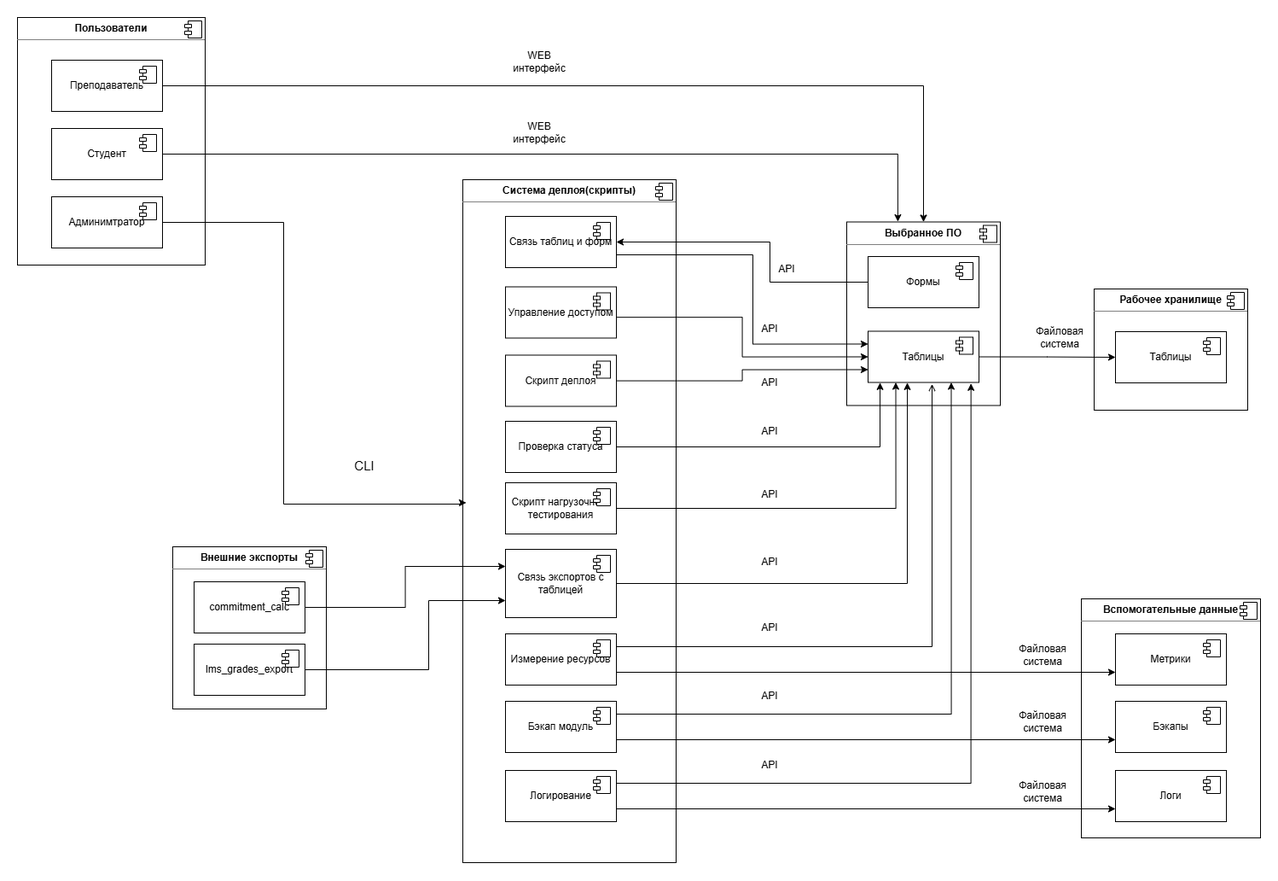
Earlier version of the draw.io export docs/component_diagram.png (moevm/mse1h2026-table). Source tidied: cells renumbered, new cells last; positions are measured from the earlier drawing's top-left corner, leaving out a move shared by most shapes.
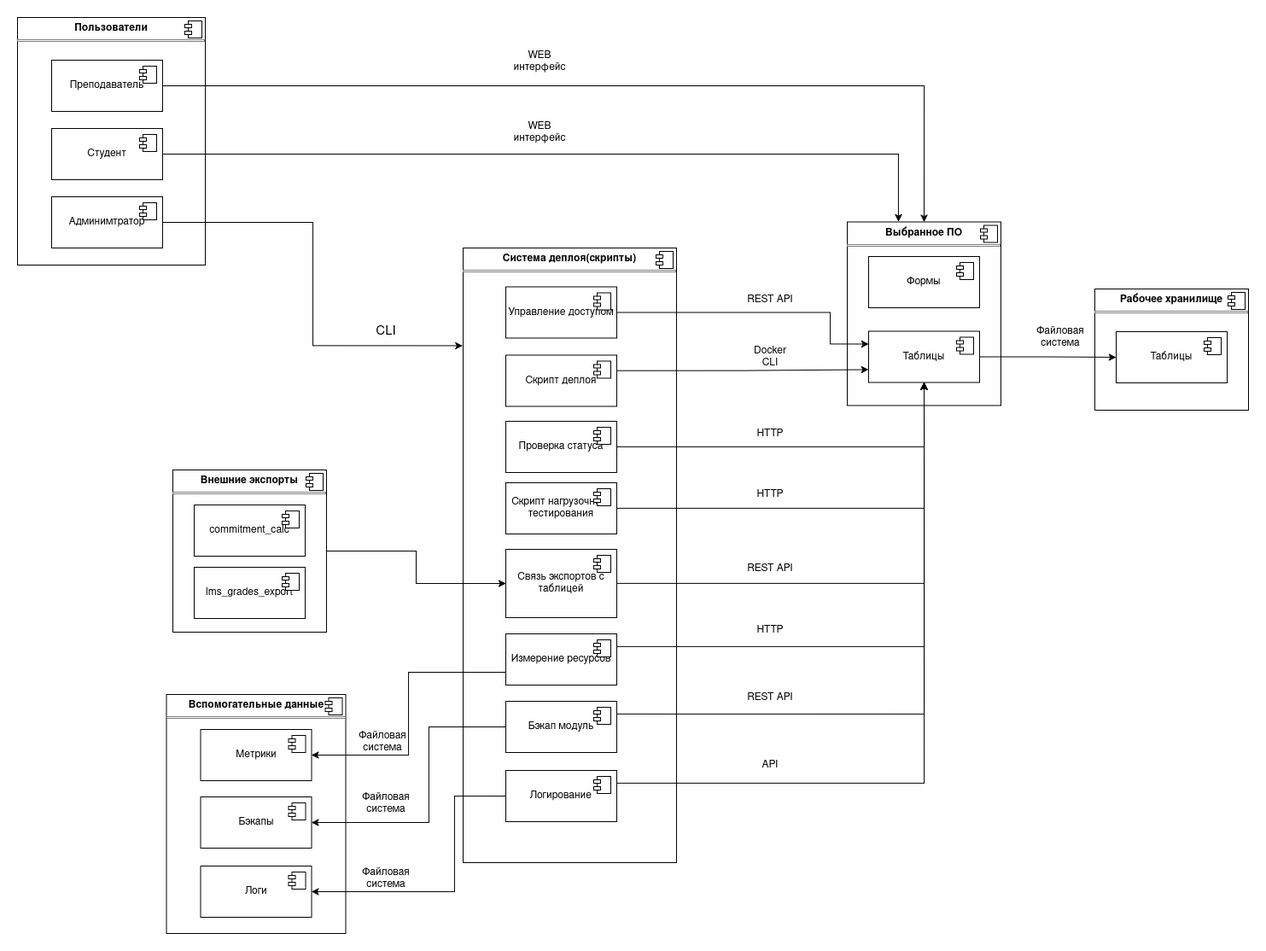
Above is the later version.

Commit message:
fix: changed relations label, removed one script

Change to the diagram source:
```diff
@@ -5,3 +5,3 @@
     <mxCell id="2" value="&lt;p style=&quot;margin:0px;margin-top:6px;text-align:center;&quot;&gt;&lt;b&gt;Вспомогательные данные&lt;/b&gt;&lt;/p&gt;&lt;hr size=&quot;1&quot; style=&quot;border-style:solid;&quot;&gt;&lt;p style=&quot;margin:0px;margin-left:8px;&quot;&gt;&lt;br&gt;&lt;/p&gt;" style="align=left;overflow=fill;html=1;whiteSpace=wrap;" parent="1" vertex="1">
-      <mxGeometry x="1247" y="681" width="210" height="280" as="geometry" />
+      <mxGeometry x="174.5" y="793" width="210" height="280" as="geometry" />
     </mxCell>
@@ -37,3 +37,3 @@
     <mxCell id="10" value="&lt;p style=&quot;margin:0px;margin-top:6px;text-align:center;&quot;&gt;&lt;b&gt;Система деплоя(скрипты)&lt;/b&gt;&lt;/p&gt;&lt;hr size=&quot;1&quot; style=&quot;border-style:solid;&quot;&gt;&lt;p style=&quot;margin:0px;margin-left:8px;&quot;&gt;&lt;br&gt;&lt;/p&gt;" style="align=left;overflow=fill;html=1;whiteSpace=wrap;" parent="1" vertex="1">
-      <mxGeometry x="522" y="190" width="250" height="800" as="geometry" />
+      <mxGeometry x="522" y="270" width="250" height="720" as="geometry" />
     </mxCell>
@@ -47,4 +47,7 @@
     </mxCell>
+    <mxCell id="90" style="edgeStyle=orthogonalEdgeStyle;rounded=0;jettySize=auto;html=1;entryX=0;entryY=0.5;entryDx=0;entryDy=0;" parent="1" edge="1" source="13" target="44">
+      <mxGeometry relative="1" as="geometry" />
+    </mxCell>
     <mxCell id="13" value="&lt;p style=&quot;margin:0px;margin-top:6px;text-align:center;&quot;&gt;&lt;b&gt;Внешние экспорты&lt;/b&gt;&lt;/p&gt;&lt;hr size=&quot;1&quot; style=&quot;border-style:solid;&quot;&gt;&lt;p style=&quot;margin:0px;margin-left:8px;&quot;&gt;&lt;br&gt;&lt;/p&gt;" style="align=left;overflow=fill;html=1;whiteSpace=wrap;" parent="1" vertex="1">
-      <mxGeometry x="182" y="620" width="180" height="190" as="geometry" />
+      <mxGeometry x="182" y="530" width="180" height="190" as="geometry" />
     </mxCell>
@@ -74,12 +77,2 @@
     </mxCell>
-    <mxCell id="20" style="edgeStyle=orthogonalEdgeStyle;rounded=0;jettySize=auto;html=1;exitX=1;exitY=0.5;exitDx=0;exitDy=0;entryX=0.016;entryY=0.473;entryDx=0;entryDy=0;entryPerimeter=0;" parent="1" edge="1" source="21" target="10">
-      <mxGeometry relative="1" as="geometry">
-        <Array as="points">
-          <mxPoint x="312" y="240" />
-          <mxPoint x="312" y="570" />
-          <mxPoint x="522" y="570" />
-          <mxPoint x="522" y="568" />
-        </Array>
-      </mxGeometry>
-    </mxCell>
     <mxCell id="21" value="Админимтратор" style="html=1;whiteSpace=wrap;" parent="1" vertex="1">
@@ -92,5 +85,13 @@
     </mxCell>
-    <mxCell id="23" style="edgeStyle=orthogonalEdgeStyle;rounded=0;jettySize=auto;html=1;exitX=1;exitY=0.75;exitDx=0;exitDy=0;entryX=0;entryY=0.75;entryDx=0;entryDy=0;" parent="1" edge="1" source="24" target="42">
-      <mxGeometry relative="1" as="geometry" />
+    <mxCell id="23" style="edgeStyle=orthogonalEdgeStyle;rounded=0;jettySize=auto;html=1;exitX=0;exitY=0.5;exitDx=0;exitDy=0;entryX=1;entryY=0.5;entryDx=0;entryDy=0;" parent="1" edge="1" source="24" target="42">
+      <mxGeometry relative="1" as="geometry">
+        <Array as="points">
+          <mxPoint x="482" y="831" />
+          <mxPoint x="482" y="943" />
+        </Array>
+      </mxGeometry>
     </mxCell>
+    <mxCell id="79" style="edgeStyle=orthogonalEdgeStyle;rounded=0;jettySize=auto;html=1;entryX=0.5;entryY=1;entryDx=0;entryDy=0;exitX=1;exitY=0.25;exitDx=0;exitDy=0;" parent="1" edge="1" source="24" target="67">
+      <mxGeometry relative="1" as="geometry" />
+    </mxCell>
     <mxCell id="24" value="Бэкап модуль" style="html=1;whiteSpace=wrap;" parent="1" vertex="1">
@@ -103,4 +104,9 @@
     </mxCell>
-    <mxCell id="26" style="edgeStyle=orthogonalEdgeStyle;rounded=0;jettySize=auto;html=1;entryX=0;entryY=0.5;entryDx=0;entryDy=0;exitX=0.994;exitY=0.594;exitDx=0;exitDy=0;exitPerimeter=0;" parent="1" edge="1" source="27" target="67">
-      <mxGeometry relative="1" as="geometry" />
+    <mxCell id="26" style="edgeStyle=orthogonalEdgeStyle;rounded=0;jettySize=auto;html=1;entryX=0;entryY=0.25;entryDx=0;entryDy=0;" parent="1" edge="1" source="27" target="67">
+      <mxGeometry relative="1" as="geometry">
+        <Array as="points">
+          <mxPoint x="952" y="345" />
+          <mxPoint x="952" y="383" />
+        </Array>
+      </mxGeometry>
     </mxCell>
@@ -114,3 +120,3 @@
     </mxCell>
-    <mxCell id="29" style="edgeStyle=orthogonalEdgeStyle;rounded=0;jettySize=auto;html=1;entryX=0;entryY=0.75;entryDx=0;entryDy=0;" parent="1" edge="1" source="30" target="67">
+    <mxCell id="29" style="edgeStyle=orthogonalEdgeStyle;rounded=0;jettySize=auto;html=1;entryX=0;entryY=0.75;entryDx=0;entryDy=0;exitX=0.998;exitY=0.304;exitDx=0;exitDy=0;exitPerimeter=0;" parent="1" edge="1" source="30" target="67">
       <mxGeometry relative="1" as="geometry" />
@@ -125,21 +131,8 @@
     </mxCell>
-    <mxCell id="32" style="edgeStyle=orthogonalEdgeStyle;rounded=0;jettySize=auto;html=1;exitX=1;exitY=0.75;exitDx=0;exitDy=0;entryX=0;entryY=0.25;entryDx=0;entryDy=0;" parent="1" edge="1" source="33" target="67">
-      <mxGeometry relative="1" as="geometry">
-        <Array as="points">
-          <mxPoint x="862" y="278" />
-          <mxPoint x="862" y="383" />
-        </Array>
-      </mxGeometry>
-    </mxCell>
-    <mxCell id="33" value="Связь таблиц и форм" style="html=1;whiteSpace=wrap;" parent="1" vertex="1">
-      <mxGeometry x="572" y="233" width="130" height="60" as="geometry" />
-    </mxCell>
-    <mxCell id="34" style="shape=module;jettyWidth=8;jettyHeight=4;" parent="33" vertex="1">
-      <mxGeometry x="1" width="20" height="20" relative="1" as="geometry">
-        <mxPoint x="-27" y="7" as="offset" />
-      </mxGeometry>
-    </mxCell>
-    <mxCell id="35" style="edgeStyle=orthogonalEdgeStyle;rounded=0;jettySize=auto;html=1;entryX=0;entryY=0.75;entryDx=0;entryDy=0;exitX=1;exitY=0.75;exitDx=0;exitDy=0;" parent="1" edge="1" source="36" target="72">
+    <mxCell id="35" style="edgeStyle=orthogonalEdgeStyle;rounded=0;jettySize=auto;html=1;entryX=1;entryY=0.5;entryDx=0;entryDy=0;exitX=0;exitY=0.75;exitDx=0;exitDy=0;" parent="1" edge="1" source="36" target="72">
       <mxGeometry relative="1" as="geometry" />
     </mxCell>
+    <mxCell id="78" style="edgeStyle=orthogonalEdgeStyle;rounded=0;jettySize=auto;html=1;entryX=0.5;entryY=1;entryDx=0;entryDy=0;exitX=1;exitY=0.25;exitDx=0;exitDy=0;" parent="1" edge="1" source="36" target="67">
+      <mxGeometry relative="1" as="geometry" />
+    </mxCell>
     <mxCell id="36" value="Измерение ресурсов" style="html=1;whiteSpace=wrap;" parent="1" vertex="1">
@@ -152,2 +145,5 @@
     </mxCell>
+    <mxCell id="80" style="edgeStyle=orthogonalEdgeStyle;rounded=0;jettySize=auto;html=1;entryX=0.5;entryY=1;entryDx=0;entryDy=0;" parent="1" edge="1" source="38" target="67">
+      <mxGeometry relative="1" as="geometry" />
+    </mxCell>
     <mxCell id="38" value="Проверка статуса" style="html=1;whiteSpace=wrap;" parent="1" vertex="1">
@@ -169,3 +165,3 @@
     <mxCell id="42" value="Бэкапы" style="html=1;whiteSpace=wrap;" parent="1" vertex="1">
-      <mxGeometry x="1287" y="801" width="130" height="60" as="geometry" />
+      <mxGeometry x="214.5" y="913" width="130" height="60" as="geometry" />
     </mxCell>
@@ -176,2 +172,5 @@
     </mxCell>
+    <mxCell id="81" style="edgeStyle=orthogonalEdgeStyle;rounded=0;jettySize=auto;html=1;entryX=0.5;entryY=1;entryDx=0;entryDy=0;" parent="1" edge="1" source="44" target="67">
+      <mxGeometry relative="1" as="geometry" />
+    </mxCell>
     <mxCell id="44" value="Связь экcпортов с таблицей" style="html=1;whiteSpace=wrap;" parent="1" vertex="1">
@@ -187,7 +186,4 @@
     </mxCell>
-    <mxCell id="47" style="edgeStyle=orthogonalEdgeStyle;rounded=0;jettySize=auto;html=1;entryX=0;entryY=0.25;entryDx=0;entryDy=0;" parent="1" edge="1" source="48" target="44">
-      <mxGeometry relative="1" as="geometry" />
-    </mxCell>
     <mxCell id="48" value="&lt;div&gt;commitment_calc&lt;/div&gt;" style="html=1;whiteSpace=wrap;" parent="1" vertex="1">
-      <mxGeometry x="207" y="661" width="130" height="60" as="geometry" />
+      <mxGeometry x="207" y="571" width="130" height="60" as="geometry" />
     </mxCell>
@@ -198,12 +194,4 @@
     </mxCell>
-    <mxCell id="50" style="edgeStyle=orthogonalEdgeStyle;rounded=0;jettySize=auto;html=1;exitX=1;exitY=0.5;exitDx=0;exitDy=0;entryX=0;entryY=0.75;entryDx=0;entryDy=0;" parent="1" edge="1" source="51" target="44">
-      <mxGeometry relative="1" as="geometry">
-        <Array as="points">
-          <mxPoint x="482" y="764" />
-          <mxPoint x="482" y="683" />
-        </Array>
-      </mxGeometry>
-    </mxCell>
     <mxCell id="51" value="lms_grades_export" style="html=1;whiteSpace=wrap;" parent="1" vertex="1">
-      <mxGeometry x="207" y="734" width="130" height="60" as="geometry" />
+      <mxGeometry x="207" y="644" width="130" height="60" as="geometry" />
     </mxCell>
@@ -215,3 +203,3 @@
     <mxCell id="53" value="&lt;font style=&quot;font-size: 15px;&quot;&gt;CLI&lt;/font&gt;" style="text;html=1;whiteSpace=wrap;strokeColor=none;fillColor=none;align=center;verticalAlign=middle;rounded=0;" parent="1" vertex="1">
-      <mxGeometry x="377" y="510" width="60" height="30" as="geometry" />
+      <mxGeometry x="402" y="352.5" width="60" height="30" as="geometry" />
     </mxCell>
@@ -226,31 +214,8 @@
     </mxCell>
-    <mxCell id="57" value="API" style="text;html=1;whiteSpace=wrap;strokeColor=none;fillColor=none;align=center;verticalAlign=middle;rounded=0;" parent="1" vertex="1">
-      <mxGeometry x="852" y="780" width="60" height="30" as="geometry" />
-    </mxCell>
-    <mxCell id="58" value="API" style="text;html=1;whiteSpace=wrap;strokeColor=none;fillColor=none;align=center;verticalAlign=middle;rounded=0;" parent="1" vertex="1">
-      <mxGeometry x="852" y="700" width="60" height="30" as="geometry" />
-    </mxCell>
-    <mxCell id="59" value="API" style="text;html=1;whiteSpace=wrap;strokeColor=none;fillColor=none;align=center;verticalAlign=middle;rounded=0;" parent="1" vertex="1">
-      <mxGeometry x="852" y="623" width="60" height="30" as="geometry" />
-    </mxCell>
-    <mxCell id="60" value="API" style="text;html=1;whiteSpace=wrap;strokeColor=none;fillColor=none;align=center;verticalAlign=middle;rounded=0;" parent="1" vertex="1">
+    <mxCell id="60" value="HTTP" style="text;html=1;whiteSpace=wrap;strokeColor=none;fillColor=none;align=center;verticalAlign=middle;rounded=0;" parent="1" vertex="1">
       <mxGeometry x="852" y="544" width="60" height="30" as="geometry" />
     </mxCell>
-    <mxCell id="61" value="API" style="text;html=1;whiteSpace=wrap;strokeColor=none;fillColor=none;align=center;verticalAlign=middle;rounded=0;" parent="1" vertex="1">
-      <mxGeometry x="852" y="470" width="60" height="30" as="geometry" />
-    </mxCell>
-    <mxCell id="62" value="API" style="text;html=1;whiteSpace=wrap;strokeColor=none;fillColor=none;align=center;verticalAlign=middle;rounded=0;" parent="1" vertex="1">
-      <mxGeometry x="852" y="412.5" width="60" height="30" as="geometry" />
+    <mxCell id="62" value="Docker CLI" style="text;html=1;whiteSpace=wrap;strokeColor=none;fillColor=none;align=center;verticalAlign=middle;rounded=0;" parent="1" vertex="1">
+      <mxGeometry x="852" y="382.5" width="60" height="30" as="geometry" />
     </mxCell>
-    <mxCell id="63" value="API" style="text;html=1;whiteSpace=wrap;strokeColor=none;fillColor=none;align=center;verticalAlign=middle;rounded=0;" parent="1" vertex="1">
-      <mxGeometry x="852" y="350" width="60" height="30" as="geometry" />
-    </mxCell>
-    <mxCell id="64" style="edgeStyle=orthogonalEdgeStyle;rounded=0;jettySize=auto;html=1;entryX=1;entryY=0.5;entryDx=0;entryDy=0;" parent="1" edge="1" source="65" target="33">
-      <mxGeometry relative="1" as="geometry">
-        <Array as="points">
-          <mxPoint x="882" y="310" />
-          <mxPoint x="882" y="263" />
-        </Array>
-      </mxGeometry>
-    </mxCell>
     <mxCell id="65" value="Формы" style="html=1;whiteSpace=wrap;" parent="1" vertex="1">
@@ -275,3 +240,3 @@
     <mxCell id="70" value="Логи" style="html=1;whiteSpace=wrap;" parent="1" vertex="1">
-      <mxGeometry x="1287" y="882" width="130" height="60" as="geometry" />
+      <mxGeometry x="214.5" y="994" width="130" height="60" as="geometry" />
     </mxCell>
@@ -283,3 +248,3 @@
     <mxCell id="72" value="Метрики" style="html=1;whiteSpace=wrap;" parent="1" vertex="1">
-      <mxGeometry x="1287" y="722" width="130" height="60" as="geometry" />
+      <mxGeometry x="214.5" y="834" width="130" height="60" as="geometry" />
     </mxCell>
@@ -290,6 +255,11 @@
     </mxCell>
-    <mxCell id="74" style="edgeStyle=orthogonalEdgeStyle;rounded=0;jettySize=auto;html=1;exitX=1;exitY=0.75;exitDx=0;exitDy=0;entryX=0;entryY=0.75;entryDx=0;entryDy=0;" parent="1" edge="1" source="76" target="70">
-      <mxGeometry relative="1" as="geometry" />
+    <mxCell id="74" style="edgeStyle=orthogonalEdgeStyle;rounded=0;jettySize=auto;html=1;exitX=0;exitY=0.5;exitDx=0;exitDy=0;entryX=1;entryY=0.5;entryDx=0;entryDy=0;" parent="1" edge="1" source="76" target="70">
+      <mxGeometry relative="1" as="geometry">
+        <Array as="points">
+          <mxPoint x="512" y="912" />
+          <mxPoint x="512" y="1024" />
+        </Array>
+      </mxGeometry>
     </mxCell>
-    <mxCell id="75" style="edgeStyle=orthogonalEdgeStyle;rounded=0;jettySize=auto;html=1;exitX=1;exitY=0.25;exitDx=0;exitDy=0;entryX=0.928;entryY=1.021;entryDx=0;entryDy=0;entryPerimeter=0;endArrow=classic;endFill=1;" parent="1" edge="1" source="76" target="67">
+    <mxCell id="75" style="edgeStyle=orthogonalEdgeStyle;rounded=0;jettySize=auto;html=1;entryX=0.5;entryY=1;entryDx=0;entryDy=0;exitX=1;exitY=0.25;exitDx=0;exitDy=0;" parent="1" edge="1" source="76" target="67">
       <mxGeometry relative="1" as="geometry" />
@@ -304,30 +274,12 @@
     </mxCell>
-    <mxCell id="78" style="edgeStyle=orthogonalEdgeStyle;rounded=0;jettySize=auto;html=1;exitX=1;exitY=0.25;exitDx=0;exitDy=0;entryX=0.577;entryY=1.032;entryDx=0;entryDy=0;entryPerimeter=0;endArrow=open;endFill=0;" parent="1" edge="1" source="36" target="67">
-      <mxGeometry relative="1" as="geometry" />
-    </mxCell>
-    <mxCell id="79" style="edgeStyle=orthogonalEdgeStyle;rounded=0;jettySize=auto;html=1;exitX=1;exitY=0.25;exitDx=0;exitDy=0;entryX=0.75;entryY=1;entryDx=0;entryDy=0;endArrow=classic;endFill=1;" parent="1" edge="1" source="24" target="67">
-      <mxGeometry relative="1" as="geometry" />
-    </mxCell>
-    <mxCell id="80" style="edgeStyle=orthogonalEdgeStyle;rounded=0;jettySize=auto;html=1;exitX=1;exitY=0.5;exitDx=0;exitDy=0;entryX=0.108;entryY=1.005;entryDx=0;entryDy=0;entryPerimeter=0;" parent="1" edge="1" source="38" target="67">
-      <mxGeometry relative="1" as="geometry" />
-    </mxCell>
-    <mxCell id="81" style="edgeStyle=orthogonalEdgeStyle;rounded=0;jettySize=auto;html=1;entryX=0.354;entryY=1.006;entryDx=0;entryDy=0;entryPerimeter=0;" parent="1" edge="1" source="44" target="67">
-      <mxGeometry relative="1" as="geometry" />
-    </mxCell>
-    <mxCell id="82" value="API" style="text;html=1;whiteSpace=wrap;strokeColor=none;fillColor=none;align=center;verticalAlign=middle;rounded=0;" parent="1" vertex="1">
-      <mxGeometry x="852" y="861" width="60" height="30" as="geometry" />
-    </mxCell>
     <mxCell id="83" value="Файловая система" style="text;html=1;whiteSpace=wrap;strokeColor=none;fillColor=none;align=center;verticalAlign=middle;rounded=0;" parent="1" vertex="1">
-      <mxGeometry x="1172" y="892" width="60" height="30" as="geometry" />
+      <mxGeometry x="402" y="994" width="60" height="30" as="geometry" />
     </mxCell>
     <mxCell id="84" value="Файловая система" style="text;html=1;whiteSpace=wrap;strokeColor=none;fillColor=none;align=center;verticalAlign=middle;rounded=0;" parent="1" vertex="1">
-      <mxGeometry x="1172" y="810" width="60" height="30" as="geometry" />
+      <mxGeometry x="402" y="906" width="60" height="30" as="geometry" />
     </mxCell>
     <mxCell id="85" value="Файловая система" style="text;html=1;whiteSpace=wrap;strokeColor=none;fillColor=none;align=center;verticalAlign=middle;rounded=0;" parent="1" vertex="1">
-      <mxGeometry x="1172" y="732" width="60" height="30" as="geometry" />
+      <mxGeometry x="398" y="834" width="60" height="30" as="geometry" />
     </mxCell>
-    <mxCell id="86" value="API" style="text;html=1;whiteSpace=wrap;strokeColor=none;fillColor=none;align=center;verticalAlign=middle;rounded=0;" parent="1" vertex="1">
-      <mxGeometry x="872" y="280" width="60" height="30" as="geometry" />
-    </mxCell>
-    <mxCell id="87" style="edgeStyle=orthogonalEdgeStyle;rounded=0;jettySize=auto;html=1;exitX=1;exitY=0.5;exitDx=0;exitDy=0;entryX=0.25;entryY=1;entryDx=0;entryDy=0;" parent="1" edge="1" source="88" target="67">
+    <mxCell id="87" style="edgeStyle=orthogonalEdgeStyle;rounded=0;jettySize=auto;html=1;entryX=0.5;entryY=1;entryDx=0;entryDy=0;" parent="1" edge="1" source="88" target="67">
       <mxGeometry relative="1" as="geometry" />
@@ -342,2 +294,23 @@
     </mxCell>
+    <mxCell id="91" value="REST API" style="text;html=1;whiteSpace=wrap;strokeColor=none;fillColor=none;align=center;verticalAlign=middle;rounded=0;" parent="1" vertex="1">
+      <mxGeometry x="852" y="315.5" width="60" height="30" as="geometry" />
+    </mxCell>
+    <mxCell id="20" style="edgeStyle=orthogonalEdgeStyle;rounded=0;jettySize=auto;html=1;entryX=-0.003;entryY=0.159;entryDx=0;entryDy=0;entryPerimeter=0;" parent="1" edge="1" source="21" target="10">
+      <mxGeometry relative="1" as="geometry" />
+    </mxCell>
+    <mxCell id="92" value="HTTP" style="text;html=1;whiteSpace=wrap;strokeColor=none;fillColor=none;align=center;verticalAlign=middle;rounded=0;" parent="1" vertex="1">
+      <mxGeometry x="852" y="473" width="60" height="30" as="geometry" />
+    </mxCell>
+    <mxCell id="93" value="REST API" style="text;html=1;whiteSpace=wrap;strokeColor=none;fillColor=none;align=center;verticalAlign=middle;rounded=0;" parent="1" vertex="1">
+      <mxGeometry x="852" y="631" width="60" height="30" as="geometry" />
+    </mxCell>
+    <mxCell id="94" value="HTTP" style="text;html=1;whiteSpace=wrap;strokeColor=none;fillColor=none;align=center;verticalAlign=middle;rounded=0;" parent="1" vertex="1">
+      <mxGeometry x="852" y="703" width="60" height="30" as="geometry" />
+    </mxCell>
+    <mxCell id="95" value="REST API" style="text;html=1;whiteSpace=wrap;strokeColor=none;fillColor=none;align=center;verticalAlign=middle;rounded=0;" parent="1" vertex="1">
+      <mxGeometry x="852" y="782" width="60" height="30" as="geometry" />
+    </mxCell>
+    <mxCell id="82" value="API" style="text;html=1;whiteSpace=wrap;strokeColor=none;fillColor=none;align=center;verticalAlign=middle;rounded=0;" parent="1" vertex="1">
+      <mxGeometry x="852" y="861" width="60" height="30" as="geometry" />
+    </mxCell>
   </root>
```
